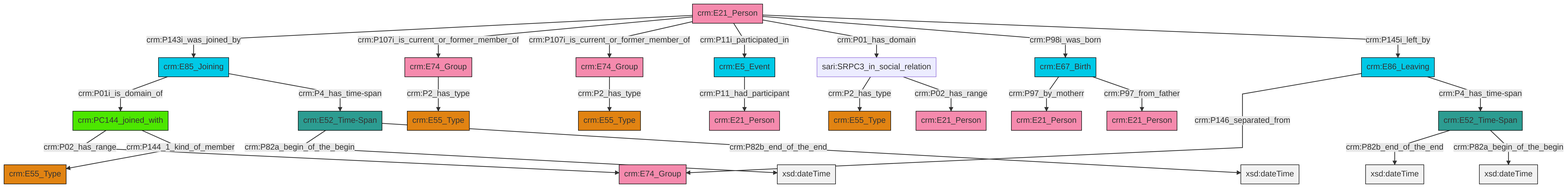
Earlier version of the Mermaid export et/personCSV/ttl/mmd/png/Person_Actor_Relations.png (swiss-art-research-net/docs.swissartresearch). Its source is kept beside it as et/personCSV/ttl/mmd/Person_Actor_Relations.ttl.mmd.
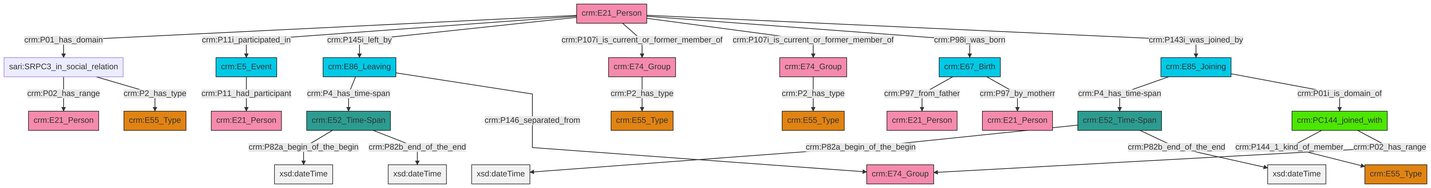
After the change.

What changed in the source:
```diff
@@ -13,27 +13,27 @@
 classDef PC_Classes fill:#4ce600, stroke:#000000;
 classDef Multi fill:#cccccc,stroke:#000000;
 
-2["crm:E86_Leaving"]:::Temporal_Entity -->|crm:P146_separated_from| 3["crm:E74_Group"]:::Actor
-6["crm:E74_Group"]:::Actor -->|crm:P2_has_type| 7["crm:E55_Type"]:::Type
-8["crm:E21_Person"]:::Actor -->|crm:P143i_was_joined_by| 9["crm:E85_Joining"]:::Temporal_Entity
-13["crm:E52_Time-Span"]:::Time-Span -->|crm:P82b_end_of_the_end| 14[xsd:dateTime]:::Literal
-16["sari:SRPC3_in_social_relation"]:::Default -->|crm:P2_has_type| 17["crm:E55_Type"]:::Type
-16["sari:SRPC3_in_social_relation"]:::Default -->|crm:P02_has_range| 18["crm:E21_Person"]:::Actor
-8["crm:E21_Person"]:::Actor -->|crm:P107i_is_current_or_former_member_of| 6["crm:E74_Group"]:::Actor
-9["crm:E85_Joining"]:::Temporal_Entity -->|crm:P01i_is_domain_of| 26["crm:PC144_joined_with"]:::PC_Classes
-13["crm:E52_Time-Span"]:::Time-Span -->|crm:P82a_begin_of_the_begin| 29[xsd:dateTime]:::Literal
-26["crm:PC144_joined_with"]:::PC_Classes -->|crm:P02_has_range| 3["crm:E74_Group"]:::Actor
-10["crm:E5_Event"]:::Temporal_Entity -->|crm:P11_had_participant| 32["crm:E21_Person"]:::Actor
-4["crm:E52_Time-Span"]:::Time-Span -->|crm:P82a_begin_of_the_begin| 34[xsd:dateTime]:::Literal
-2["crm:E86_Leaving"]:::Temporal_Entity -->|crm:P4_has_time-span| 13["crm:E52_Time-Span"]:::Time-Span
-8["crm:E21_Person"]:::Actor -->|crm:P107i_is_current_or_former_member_of| 30["crm:E74_Group"]:::Actor
-8["crm:E21_Person"]:::Actor -->|crm:P11i_participated_in| 10["crm:E5_Event"]:::Temporal_Entity
-8["crm:E21_Person"]:::Actor -->|crm:P01_has_domain| 16["sari:SRPC3_in_social_relation"]:::Default
-8["crm:E21_Person"]:::Actor -->|crm:P98i_was_born| 21["crm:E67_Birth"]:::Temporal_Entity
-21["crm:E67_Birth"]:::Temporal_Entity -->|crm:P97_by_motherr| 27["crm:E21_Person"]:::Actor
-26["crm:PC144_joined_with"]:::PC_Classes -->|crm:P144_1_kind_of_member| 23["crm:E55_Type"]:::Type
-4["crm:E52_Time-Span"]:::Time-Span -->|crm:P82b_end_of_the_end| 40[xsd:dateTime]:::Literal
-30["crm:E74_Group"]:::Actor -->|crm:P2_has_type| 0["crm:E55_Type"]:::Type
-21["crm:E67_Birth"]:::Temporal_Entity -->|crm:P97_from_father| 44["crm:E21_Person"]:::Actor
-9["crm:E85_Joining"]:::Temporal_Entity -->|crm:P4_has_time-span| 4["crm:E52_Time-Span"]:::Time-Span
-8["crm:E21_Person"]:::Actor -->|crm:P145i_left_by| 2["crm:E86_Leaving"]:::Temporal_Entity
+6["crm:E52_Time-Span"]:::Time-Span -->|crm:P82a_begin_of_the_begin| 7[xsd:dateTime]:::Literal
+8["crm:E52_Time-Span"]:::Time-Span -->|crm:P82a_begin_of_the_begin| 9[xsd:dateTime]:::Literal
+10["crm:PC144_joined_with"]:::PC_Classes -->|crm:P144_1_kind_of_member| 11["crm:E55_Type"]:::Type
+15["crm:E21_Person"]:::Actor -->|crm:P01_has_domain| 13["sari:SRPC3_in_social_relation"]:::Default
+16["crm:E5_Event"]:::Temporal_Entity -->|crm:P11_had_participant| 2["crm:E21_Person"]:::Actor
+15["crm:E21_Person"]:::Actor -->|crm:P11i_participated_in| 16["crm:E5_Event"]:::Temporal_Entity
+13["sari:SRPC3_in_social_relation"]:::Default -->|crm:P02_has_range| 0["crm:E21_Person"]:::Actor
+10["crm:PC144_joined_with"]:::PC_Classes -->|crm:P02_has_range| 18["crm:E74_Group"]:::Actor
+19["crm:E86_Leaving"]:::Temporal_Entity -->|crm:P4_has_time-span| 8["crm:E52_Time-Span"]:::Time-Span
+15["crm:E21_Person"]:::Actor -->|crm:P145i_left_by| 19["crm:E86_Leaving"]:::Temporal_Entity
+22["crm:E85_Joining"]:::Temporal_Entity -->|crm:P4_has_time-span| 6["crm:E52_Time-Span"]:::Time-Span
+19["crm:E86_Leaving"]:::Temporal_Entity -->|crm:P146_separated_from| 18["crm:E74_Group"]:::Actor
+8["crm:E52_Time-Span"]:::Time-Span -->|crm:P82b_end_of_the_end| 33[xsd:dateTime]:::Literal
+15["crm:E21_Person"]:::Actor -->|crm:P107i_is_current_or_former_member_of| 20["crm:E74_Group"]:::Actor
+15["crm:E21_Person"]:::Actor -->|crm:P107i_is_current_or_former_member_of| 35["crm:E74_Group"]:::Actor
+22["crm:E85_Joining"]:::Temporal_Entity -->|crm:P01i_is_domain_of| 10["crm:PC144_joined_with"]:::PC_Classes
+35["crm:E74_Group"]:::Actor -->|crm:P2_has_type| 31["crm:E55_Type"]:::Type
+13["sari:SRPC3_in_social_relation"]:::Default -->|crm:P2_has_type| 4["crm:E55_Type"]:::Type
+23["crm:E67_Birth"]:::Temporal_Entity -->|crm:P97_from_father| 27["crm:E21_Person"]:::Actor
+6["crm:E52_Time-Span"]:::Time-Span -->|crm:P82b_end_of_the_end| 36[xsd:dateTime]:::Literal
+15["crm:E21_Person"]:::Actor -->|crm:P98i_was_born| 23["crm:E67_Birth"]:::Temporal_Entity
+20["crm:E74_Group"]:::Actor -->|crm:P2_has_type| 29["crm:E55_Type"]:::Type
+23["crm:E67_Birth"]:::Temporal_Entity -->|crm:P97_by_motherr| 42["crm:E21_Person"]:::Actor
+15["crm:E21_Person"]:::Actor -->|crm:P143i_was_joined_by| 22["crm:E85_Joining"]:::Temporal_Entity
```
